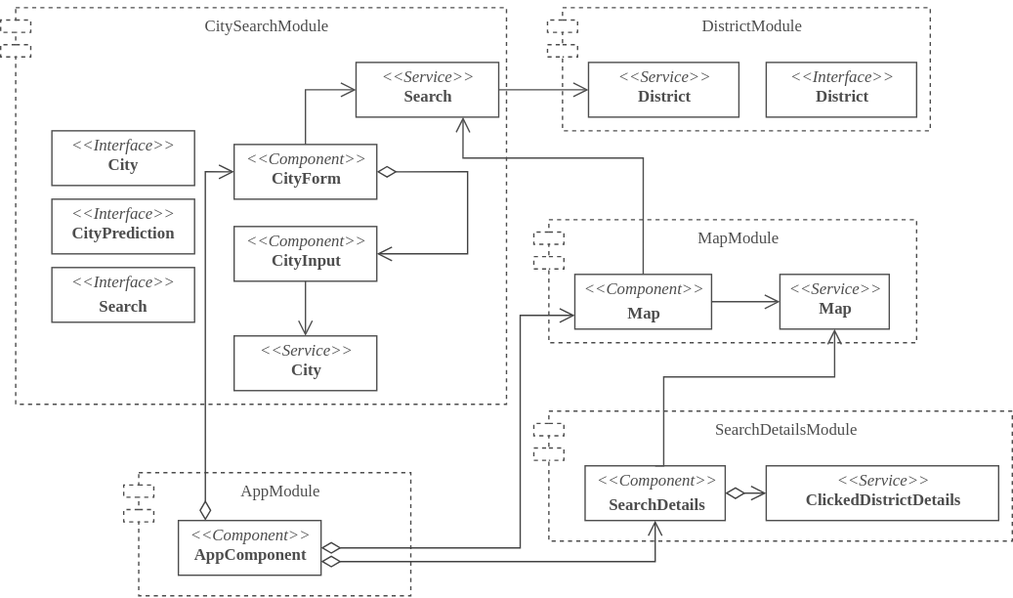
This is docs/building-block-view.svg from Kexplx/crimeview, a draw.io export, as it was before one commit. Source tidied: cells renumbered, new cells last; positions are measured from the earlier drawing's top-left corner, leaving out a move shared by most shapes. Its diagram source:
```xml
<mxGraphModel>
  <root>
    <mxCell id="0" />
    <mxCell id="1" parent="0" />
    <mxCell id="2" value="AppModule" style="shape=module;align=left;spacingLeft=20;align=center;verticalAlign=top;strokeColor=#4D4D4D;fontFamily=Fira Code;fontColor=#4D4D4D;jettyWidth=22;jettyHeight=9;dashed=1;" parent="1" vertex="1">
      <mxGeometry x="90" y="345" width="210" height="90" as="geometry" />
    </mxCell>
    <mxCell id="3" style="group;dashed=1;" parent="1" vertex="1">
      <mxGeometry x="400" width="280" height="95" as="geometry" />
    </mxCell>
    <mxCell id="4" value="DistrictModule" style="shape=module;align=left;spacingLeft=20;align=center;verticalAlign=top;strokeColor=#4D4D4D;fontFamily=Fira Code;fontColor=#4D4D4D;jettyWidth=22;jettyHeight=9;dashed=1;" parent="3" vertex="1">
      <mxGeometry y="5" width="280" height="90" as="geometry" />
    </mxCell>
    <mxCell id="5" value="&lt;p style=&quot;margin: 0px ; margin-top: 4px ; text-align: center&quot;&gt;&lt;i&gt;&amp;lt;&amp;lt;Interface&amp;gt;&amp;gt;&lt;/i&gt;&lt;br&gt;&lt;b&gt;District&lt;/b&gt;&lt;/p&gt;&lt;p style=&quot;margin: 0px ; margin-left: 4px&quot;&gt;&lt;br&gt;&lt;/p&gt;" style="verticalAlign=top;align=left;overflow=fill;fontSize=12;fontFamily=Fira Code;html=1;fontSource=https%3A%2F%2Ffonts.googleapis.com%2Fcss%3Ffamily%3DFira%2BCode;fontColor=#4D4D4D;strokeColor=#4D4D4D;" parent="3" vertex="1">
      <mxGeometry x="160" y="45" width="110" height="40" as="geometry" />
    </mxCell>
    <mxCell id="6" value="&lt;p style=&quot;margin: 0px ; margin-top: 4px ; text-align: center&quot;&gt;&lt;i&gt;&amp;lt;&amp;lt;Service&amp;gt;&amp;gt;&lt;/i&gt;&lt;br&gt;&lt;b&gt;District&lt;/b&gt;&lt;/p&gt;&lt;p style=&quot;margin: 0px ; margin-left: 4px&quot;&gt;&lt;br&gt;&lt;/p&gt;" style="verticalAlign=top;align=left;overflow=fill;fontSize=12;fontFamily=Fira Code;html=1;fontSource=https%3A%2F%2Ffonts.googleapis.com%2Fcss%3Ffamily%3DFira%2BCode;fontColor=#4D4D4D;strokeColor=#4D4D4D;" parent="3" vertex="1">
      <mxGeometry x="30" y="45" width="110" height="40" as="geometry" />
    </mxCell>
    <mxCell id="7" style="group;dashed=1;dashPattern=1 1;" parent="1" vertex="1">
      <mxGeometry width="370" height="295" as="geometry" />
    </mxCell>
    <mxCell id="8" value="CitySearchModule" style="shape=module;align=left;spacingLeft=20;align=center;verticalAlign=top;strokeColor=#4D4D4D;fontFamily=Fira Code;fontColor=#4D4D4D;jettyWidth=22;jettyHeight=9;dashed=1;" parent="7" vertex="1">
      <mxGeometry y="5" width="370" height="290" as="geometry" />
    </mxCell>
    <mxCell id="9" value="&lt;p style=&quot;margin: 0px ; margin-top: 4px ; text-align: center&quot;&gt;&lt;i&gt;&amp;lt;&amp;lt;Interface&amp;gt;&amp;gt;&lt;/i&gt;&lt;br&gt;&lt;b&gt;City&lt;/b&gt;&lt;/p&gt;&lt;p style=&quot;margin: 0px ; margin-left: 4px&quot;&gt;&lt;br&gt;&lt;/p&gt;" style="verticalAlign=top;align=left;overflow=fill;fontSize=12;fontFamily=Fira Code;html=1;fontSource=https%3A%2F%2Ffonts.googleapis.com%2Fcss%3Ffamily%3DFira%2BCode;fontColor=#4D4D4D;strokeColor=#4D4D4D;" parent="7" vertex="1">
      <mxGeometry x="37.5" y="95" width="104.4" height="40" as="geometry" />
    </mxCell>
    <mxCell id="10" value="&lt;p style=&quot;margin: 0px ; margin-top: 4px ; text-align: center&quot;&gt;&lt;i&gt;&amp;lt;&amp;lt;Interface&amp;gt;&amp;gt;&lt;/i&gt;&lt;br&gt;&lt;b&gt;CityPrediction&lt;/b&gt;&lt;/p&gt;&lt;p style=&quot;margin: 0px ; margin-left: 4px&quot;&gt;&lt;br&gt;&lt;/p&gt;" style="verticalAlign=top;align=left;overflow=fill;fontSize=12;fontFamily=Fira Code;html=1;fontSource=https%3A%2F%2Ffonts.googleapis.com%2Fcss%3Ffamily%3DFira%2BCode;fontColor=#4D4D4D;strokeColor=#4D4D4D;" parent="7" vertex="1">
      <mxGeometry x="37.5" y="145" width="104.4" height="40" as="geometry" />
    </mxCell>
    <mxCell id="11" value="&lt;p style=&quot;margin: 0px ; margin-top: 4px ; text-align: center&quot;&gt;&lt;i&gt;&amp;lt;&amp;lt;Interface&amp;gt;&amp;gt;&lt;/i&gt;&lt;/p&gt;&lt;p style=&quot;margin: 0px ; margin-top: 4px ; text-align: center&quot;&gt;&lt;b&gt;Search&lt;/b&gt;&lt;br&gt;&lt;/p&gt;" style="verticalAlign=top;align=left;overflow=fill;fontSize=12;fontFamily=Fira Code;html=1;fontSource=https%3A%2F%2Ffonts.googleapis.com%2Fcss%3Ffamily%3DFira%2BCode;fontColor=#4D4D4D;strokeColor=#4D4D4D;" parent="7" vertex="1">
      <mxGeometry x="37.5" y="195" width="104.4" height="40" as="geometry" />
    </mxCell>
    <mxCell id="12" value="&lt;p style=&quot;margin: 0px ; margin-top: 4px ; text-align: center&quot;&gt;&lt;i&gt;&amp;lt;&amp;lt;Component&amp;gt;&amp;gt;&lt;/i&gt;&lt;br&gt;&lt;b&gt;CityForm&lt;/b&gt;&lt;/p&gt;&lt;p style=&quot;margin: 0px ; margin-left: 4px&quot;&gt;&lt;br&gt;&lt;/p&gt;" style="verticalAlign=top;align=left;overflow=fill;fontSize=12;fontFamily=Fira Code;html=1;fontSource=https%3A%2F%2Ffonts.googleapis.com%2Fcss%3Ffamily%3DFira%2BCode;fontColor=#4D4D4D;strokeColor=#4D4D4D;" parent="7" vertex="1">
      <mxGeometry x="170.8" y="105" width="104.4" height="40" as="geometry" />
    </mxCell>
    <mxCell id="13" value="&lt;p style=&quot;margin: 0px ; margin-top: 4px ; text-align: center&quot;&gt;&lt;i&gt;&amp;lt;&amp;lt;Component&amp;gt;&amp;gt;&lt;/i&gt;&lt;br&gt;&lt;b&gt;CityInput&lt;/b&gt;&lt;/p&gt;&lt;p style=&quot;margin: 0px ; margin-left: 4px&quot;&gt;&lt;br&gt;&lt;/p&gt;" style="verticalAlign=top;align=left;overflow=fill;fontSize=12;fontFamily=Fira Code;html=1;fontSource=https%3A%2F%2Ffonts.googleapis.com%2Fcss%3Ffamily%3DFira%2BCode;fontColor=#4D4D4D;strokeColor=#4D4D4D;" parent="7" vertex="1">
      <mxGeometry x="170.8" y="165" width="104.4" height="40" as="geometry" />
    </mxCell>
    <mxCell id="14" value="&lt;p style=&quot;margin: 0px ; margin-top: 4px ; text-align: center&quot;&gt;&lt;i&gt;&amp;lt;&amp;lt;Service&amp;gt;&amp;gt;&lt;/i&gt;&lt;br&gt;&lt;b&gt;City&lt;/b&gt;&lt;/p&gt;&lt;p style=&quot;margin: 0px ; margin-left: 4px&quot;&gt;&lt;br&gt;&lt;/p&gt;" style="verticalAlign=top;align=left;overflow=fill;fontSize=12;fontFamily=Fira Code;html=1;fontSource=https%3A%2F%2Ffonts.googleapis.com%2Fcss%3Ffamily%3DFira%2BCode;fontColor=#4D4D4D;strokeColor=#4D4D4D;" parent="7" vertex="1">
      <mxGeometry x="170.8" y="245" width="104.4" height="40" as="geometry" />
    </mxCell>
    <mxCell id="15" value="&lt;p style=&quot;margin: 0px ; margin-top: 4px ; text-align: center&quot;&gt;&lt;i&gt;&amp;lt;&amp;lt;Service&amp;gt;&amp;gt;&lt;/i&gt;&lt;br&gt;&lt;b&gt;Search&lt;/b&gt;&lt;/p&gt;&lt;p style=&quot;margin: 0px ; margin-left: 4px&quot;&gt;&lt;br&gt;&lt;/p&gt;" style="verticalAlign=top;align=left;overflow=fill;fontSize=12;fontFamily=Fira Code;html=1;fontSource=https%3A%2F%2Ffonts.googleapis.com%2Fcss%3Ffamily%3DFira%2BCode;fontColor=#4D4D4D;strokeColor=#4D4D4D;" parent="7" vertex="1">
      <mxGeometry x="259.9" y="45" width="104.4" height="40" as="geometry" />
    </mxCell>
    <mxCell id="16" style="endArrow=open;endFill=1;endSize=9;html=1;fontFamily=Roboto;fontColor=#434343;strokeColor=#4D4D4D;entryX=0.5;entryY=0;entryDx=0;entryDy=0;exitX=0.5;exitY=1;exitDx=0;exitDy=0;" parent="7" edge="1" source="13" target="14">
      <mxGeometry relative="1" as="geometry" />
    </mxCell>
    <mxCell id="17" style="endArrow=diamondThin;endFill=0;endSize=12;html=1;fontFamily=Roboto;fontColor=#434343;strokeColor=#434343;startArrow=open;startFill=0;startSize=9;entryX=1;entryY=0.5;entryDx=0;entryDy=0;edgeStyle=orthogonalEdgeStyle;exitX=1;exitY=0.5;exitDx=0;exitDy=0;rounded=0;" parent="7" edge="1" source="13" target="12">
      <mxGeometry relative="1" as="geometry">
        <Array as="points">
          <mxPoint x="341.5" y="185" />
          <mxPoint x="341.5" y="125" />
        </Array>
      </mxGeometry>
    </mxCell>
    <mxCell id="18" style="endArrow=open;endFill=1;endSize=9;html=1;fontFamily=Roboto;fontColor=#434343;strokeColor=#4D4D4D;entryX=0;entryY=0.5;entryDx=0;entryDy=0;exitX=0.5;exitY=0;exitDx=0;exitDy=0;edgeStyle=orthogonalEdgeStyle;rounded=0;" parent="7" edge="1" source="12" target="15">
      <mxGeometry relative="1" as="geometry" />
    </mxCell>
    <mxCell id="19" style="group;dashed=1;" parent="1" vertex="1">
      <mxGeometry x="390" y="155" width="280" height="95" as="geometry" />
    </mxCell>
    <mxCell id="20" value="MapModule" style="shape=module;align=left;spacingLeft=20;align=center;verticalAlign=top;strokeColor=#4D4D4D;fontFamily=Fira Code;fontColor=#4D4D4D;jettyWidth=22;jettyHeight=9;dashed=1;" parent="19" vertex="1">
      <mxGeometry y="5" width="280" height="90" as="geometry" />
    </mxCell>
    <mxCell id="21" value="&lt;p style=&quot;margin: 0px ; margin-top: 4px ; text-align: center&quot;&gt;&lt;i&gt;&amp;lt;&amp;lt;Component&amp;gt;&amp;gt;&lt;/i&gt;&lt;/p&gt;&lt;p style=&quot;margin: 0px ; margin-top: 4px ; text-align: center&quot;&gt;&lt;b&gt;Map&lt;/b&gt;&lt;br&gt;&lt;/p&gt;" style="verticalAlign=top;align=left;overflow=fill;fontSize=12;fontFamily=Fira Code;html=1;fontSource=https%3A%2F%2Ffonts.googleapis.com%2Fcss%3Ffamily%3DFira%2BCode;fontColor=#4D4D4D;strokeColor=#4D4D4D;" parent="19" vertex="1">
      <mxGeometry x="30" y="45" width="100" height="40" as="geometry" />
    </mxCell>
    <mxCell id="22" value="&lt;p style=&quot;margin: 0px ; margin-top: 4px ; text-align: center&quot;&gt;&lt;i&gt;&amp;lt;&amp;lt;Service&amp;gt;&amp;gt;&lt;/i&gt;&lt;br&gt;&lt;b&gt;Map&lt;/b&gt;&lt;/p&gt;&lt;p style=&quot;margin: 0px ; margin-left: 4px&quot;&gt;&lt;br&gt;&lt;/p&gt;" style="verticalAlign=top;align=left;overflow=fill;fontSize=12;fontFamily=Fira Code;html=1;fontSource=https%3A%2F%2Ffonts.googleapis.com%2Fcss%3Ffamily%3DFira%2BCode;fontColor=#4D4D4D;strokeColor=#4D4D4D;" parent="19" vertex="1">
      <mxGeometry x="180" y="45" width="80" height="40" as="geometry" />
    </mxCell>
    <mxCell id="23" style="endArrow=open;endFill=1;endSize=9;html=1;fontFamily=Roboto;fontColor=#434343;strokeColor=#4D4D4D;rounded=0;" parent="19" edge="1">
      <mxGeometry relative="1" as="geometry">
        <mxPoint x="130" y="65" as="sourcePoint" />
        <mxPoint x="180" y="65" as="targetPoint" />
      </mxGeometry>
    </mxCell>
    <mxCell id="24" style="endArrow=open;endFill=1;endSize=9;html=1;fontFamily=Roboto;fontColor=#434343;strokeColor=#4D4D4D;entryX=0;entryY=0.5;entryDx=0;entryDy=0;rounded=0;exitX=1;exitY=0.5;exitDx=0;exitDy=0;" parent="1" edge="1" source="15" target="6">
      <mxGeometry relative="1" as="geometry" />
    </mxCell>
    <mxCell id="25" style="endArrow=open;endFill=1;endSize=9;html=1;fontFamily=Roboto;fontColor=#434343;strokeColor=#4D4D4D;entryX=0.75;entryY=1;entryDx=0;entryDy=0;rounded=0;exitX=0.5;exitY=0;exitDx=0;exitDy=0;edgeStyle=orthogonalEdgeStyle;" parent="1" edge="1" source="21" target="15">
      <mxGeometry relative="1" as="geometry">
        <Array as="points">
          <mxPoint x="470" y="115" />
          <mxPoint x="338" y="115" />
        </Array>
      </mxGeometry>
    </mxCell>
    <mxCell id="26" style="group;dashed=1;" parent="1" vertex="1">
      <mxGeometry x="390" y="295" width="350" height="100" as="geometry" />
    </mxCell>
    <mxCell id="27" value="SearchDetailsModule" style="shape=module;align=left;spacingLeft=20;align=center;verticalAlign=top;strokeColor=#4D4D4D;fontFamily=Fira Code;fontColor=#4D4D4D;jettyWidth=22;jettyHeight=9;dashed=1;" parent="26" vertex="1">
      <mxGeometry y="5" width="350" height="95" as="geometry" />
    </mxCell>
    <mxCell id="28" value="&lt;p style=&quot;margin: 0px ; margin-top: 4px ; text-align: center&quot;&gt;&lt;i&gt;&amp;lt;&amp;lt;Component&amp;gt;&amp;gt;&lt;/i&gt;&lt;/p&gt;&lt;p style=&quot;margin: 0px ; margin-top: 4px ; text-align: center&quot;&gt;&lt;b&gt;SearchDetails&lt;/b&gt;&lt;br&gt;&lt;/p&gt;" style="verticalAlign=top;align=left;overflow=fill;fontSize=12;fontFamily=Fira Code;html=1;fontSource=https%3A%2F%2Ffonts.googleapis.com%2Fcss%3Ffamily%3DFira%2BCode;fontColor=#4D4D4D;strokeColor=#4D4D4D;" parent="26" vertex="1">
      <mxGeometry x="37.5" y="45" width="102.5" height="40" as="geometry" />
    </mxCell>
    <mxCell id="29" value="&lt;p style=&quot;margin: 0px ; margin-top: 4px ; text-align: center&quot;&gt;&lt;i&gt;&amp;lt;&amp;lt;Service&amp;gt;&amp;gt;&lt;/i&gt;&lt;br&gt;&lt;b&gt;ClickedDistrictDetails&lt;/b&gt;&lt;/p&gt;&lt;p style=&quot;margin: 0px ; margin-left: 4px&quot;&gt;&lt;br&gt;&lt;/p&gt;" style="verticalAlign=top;align=left;overflow=fill;fontSize=12;fontFamily=Fira Code;html=1;fontSource=https%3A%2F%2Ffonts.googleapis.com%2Fcss%3Ffamily%3DFira%2BCode;fontColor=#4D4D4D;strokeColor=#4D4D4D;" parent="26" vertex="1">
      <mxGeometry x="170" y="45" width="170" height="40" as="geometry" />
    </mxCell>
    <mxCell id="30" style="endArrow=diamondThin;endFill=0;endSize=12;html=1;fontFamily=Roboto;fontColor=#434343;strokeColor=#434343;startArrow=open;startFill=0;startSize=9;entryX=1;entryY=0.5;entryDx=0;entryDy=0;exitX=0;exitY=0.5;exitDx=0;exitDy=0;rounded=0;" parent="26" edge="1" source="29" target="28">
      <mxGeometry relative="1" as="geometry" />
    </mxCell>
    <mxCell id="31" style="endArrow=open;endFill=1;endSize=9;html=1;fontFamily=Roboto;fontColor=#434343;strokeColor=#4D4D4D;entryX=0.5;entryY=1;entryDx=0;entryDy=0;rounded=0;exitX=0.5;exitY=0;exitDx=0;exitDy=0;edgeStyle=orthogonalEdgeStyle;" parent="1" edge="1" source="28" target="22">
      <mxGeometry relative="1" as="geometry">
        <Array as="points">
          <mxPoint x="485" y="340" />
          <mxPoint x="485" y="275" />
          <mxPoint x="610" y="275" />
        </Array>
      </mxGeometry>
    </mxCell>
    <mxCell id="32" value="&lt;p style=&quot;margin: 0px ; margin-top: 4px ; text-align: center&quot;&gt;&lt;i&gt;&amp;lt;&amp;lt;Component&amp;gt;&amp;gt;&lt;/i&gt;&lt;br&gt;&lt;b&gt;AppComponent&lt;/b&gt;&lt;/p&gt;&lt;p style=&quot;margin: 0px ; margin-left: 4px&quot;&gt;&lt;br&gt;&lt;/p&gt;" style="verticalAlign=top;align=left;overflow=fill;fontSize=12;fontFamily=Fira Code;html=1;fontSource=https%3A%2F%2Ffonts.googleapis.com%2Fcss%3Ffamily%3DFira%2BCode;fontColor=#4D4D4D;strokeColor=#4D4D4D;" parent="1" vertex="1">
      <mxGeometry x="130" y="380" width="104.4" height="40" as="geometry" />
    </mxCell>
    <mxCell id="33" style="endArrow=diamondThin;endFill=0;endSize=12;html=1;fontFamily=Roboto;fontColor=#434343;strokeColor=#434343;startArrow=open;startFill=0;startSize=9;edgeStyle=orthogonalEdgeStyle;exitX=0;exitY=0.5;exitDx=0;exitDy=0;rounded=0;entryX=0.189;entryY=0.001;entryDx=0;entryDy=0;entryPerimeter=0;" parent="1" edge="1" source="12" target="32">
      <mxGeometry relative="1" as="geometry">
        <Array as="points">
          <mxPoint x="150" y="125" />
        </Array>
      </mxGeometry>
    </mxCell>
    <mxCell id="34" style="endArrow=diamondThin;endFill=0;endSize=12;html=1;fontFamily=Roboto;fontColor=#434343;strokeColor=#434343;startArrow=open;startFill=0;startSize=9;edgeStyle=orthogonalEdgeStyle;exitX=0;exitY=0.75;exitDx=0;exitDy=0;rounded=0;" parent="1" edge="1" source="21" target="32">
      <mxGeometry relative="1" as="geometry">
        <Array as="points">
          <mxPoint x="380" y="230" />
          <mxPoint x="380" y="400" />
        </Array>
      </mxGeometry>
    </mxCell>
    <mxCell id="35" style="endArrow=diamondThin;endFill=0;endSize=12;html=1;fontFamily=Roboto;fontColor=#434343;strokeColor=#434343;startArrow=open;startFill=0;startSize=9;edgeStyle=orthogonalEdgeStyle;exitX=0.5;exitY=1;exitDx=0;exitDy=0;rounded=0;entryX=1;entryY=0.75;entryDx=0;entryDy=0;" parent="1" edge="1" source="28" target="32">
      <mxGeometry relative="1" as="geometry">
        <Array as="points">
          <mxPoint x="479" y="410" />
        </Array>
      </mxGeometry>
    </mxCell>
  </root>
</mxGraphModel>
```
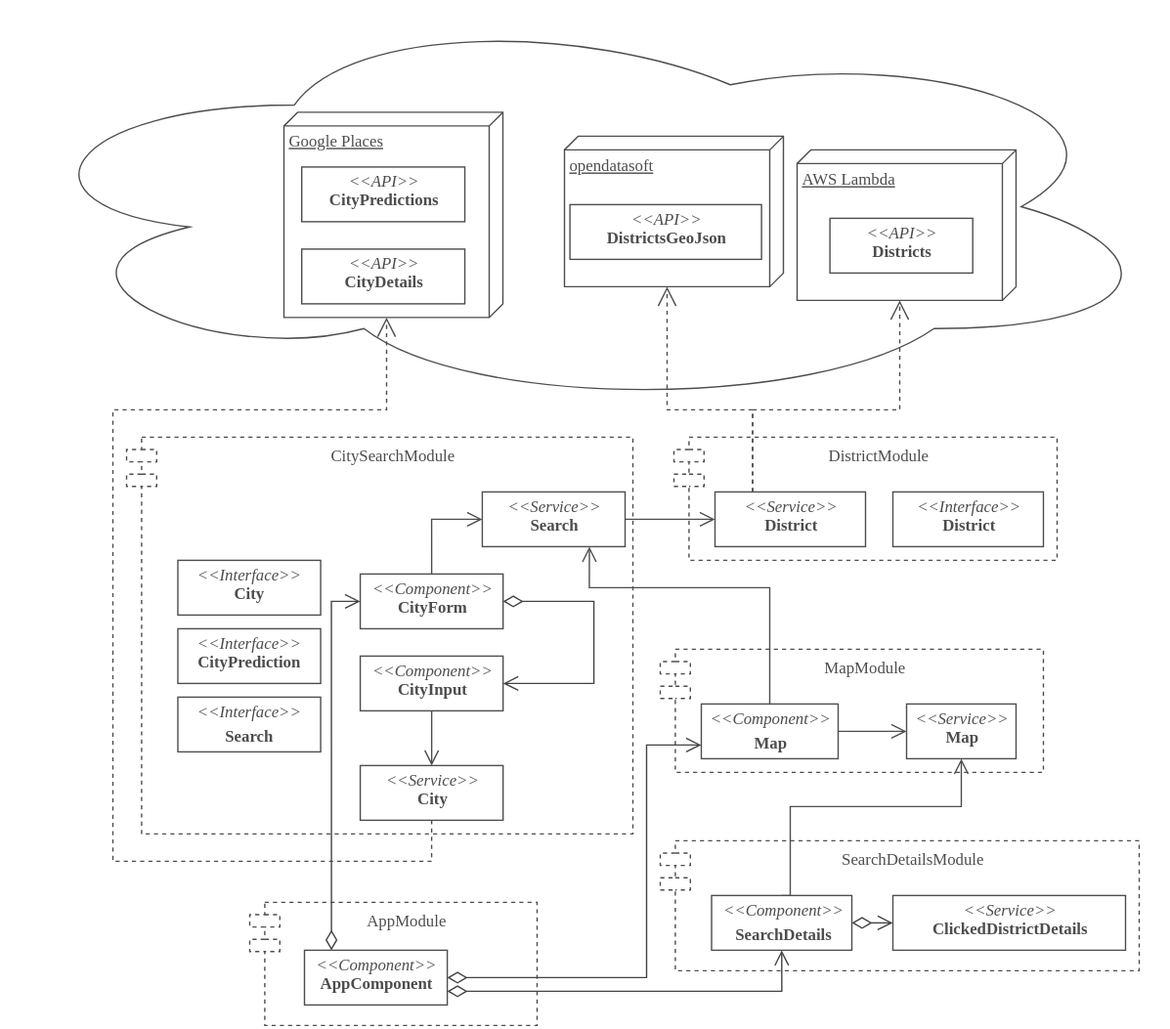
After the commit.

Commit message:
doc: update building block view

The edit, as a diff of the source:
```diff
@@ -2,6 +2,9 @@
   <root>
     <mxCell id="0" />
     <mxCell id="1" parent="0" />
+    <mxCell id="36" style="ellipse;shape=cloud;whiteSpace=wrap;html=1;strokeColor=#4D4D4D;fontFamily=Fira Code;fontColor=#4D4D4D;" parent="1" vertex="1">
+      <mxGeometry x="-90" y="-312" width="850" height="297" as="geometry" />
+    </mxCell>
     <mxCell id="2" value="AppModule" style="shape=module;align=left;spacingLeft=20;align=center;verticalAlign=top;strokeColor=#4D4D4D;fontFamily=Fira Code;fontColor=#4D4D4D;jettyWidth=22;jettyHeight=9;dashed=1;" parent="1" vertex="1">
       <mxGeometry x="90" y="345" width="210" height="90" as="geometry" />
     </mxCell>
@@ -136,5 +139,62 @@
         </Array>
       </mxGeometry>
     </mxCell>
+    <mxCell id="37" style="group;" parent="1" vertex="1">
+      <mxGeometry x="115" y="-232.5" width="160" height="150" as="geometry" />
+    </mxCell>
+    <mxCell id="38" value="Google Places" style="verticalAlign=top;align=left;spacingTop=8;spacingLeft=2;spacingRight=12;shape=cube;size=10;direction=south;fontStyle=4;html=1;strokeColor=#4D4D4D;fontFamily=Fira Code;fontColor=#4D4D4D;" parent="37" vertex="1">
+      <mxGeometry width="160" height="150" as="geometry" />
+    </mxCell>
+    <mxCell id="39" value="&lt;p style=&quot;margin: 0px ; margin-top: 4px ; text-align: center&quot;&gt;&lt;i&gt;&amp;lt;&amp;lt;API&amp;gt;&amp;gt;&lt;/i&gt;&lt;br&gt;&lt;b&gt;CityPredictions&lt;/b&gt;&lt;/p&gt;&lt;p style=&quot;margin: 0px ; margin-left: 4px&quot;&gt;&lt;br&gt;&lt;/p&gt;" style="verticalAlign=top;align=left;overflow=fill;fontSize=12;fontFamily=Fira Code;html=1;fontSource=https%3A%2F%2Ffonts.googleapis.com%2Fcss%3Ffamily%3DFira%2BCode;fontColor=#4D4D4D;strokeColor=#4D4D4D;" parent="37" vertex="1">
+      <mxGeometry x="13" y="40" width="119.2" height="40" as="geometry" />
+    </mxCell>
+    <mxCell id="40" value="&lt;p style=&quot;margin: 0px ; margin-top: 4px ; text-align: center&quot;&gt;&lt;i&gt;&amp;lt;&amp;lt;API&amp;gt;&amp;gt;&lt;/i&gt;&lt;br&gt;&lt;b&gt;CityDetails&lt;/b&gt;&lt;/p&gt;&lt;p style=&quot;margin: 0px ; margin-left: 4px&quot;&gt;&lt;br&gt;&lt;/p&gt;" style="verticalAlign=top;align=left;overflow=fill;fontSize=12;fontFamily=Fira Code;html=1;fontSource=https%3A%2F%2Ffonts.googleapis.com%2Fcss%3Ffamily%3DFira%2BCode;fontColor=#4D4D4D;strokeColor=#4D4D4D;" parent="37" vertex="1">
+      <mxGeometry x="13" y="100" width="119.2" height="40" as="geometry" />
+    </mxCell>
+    <mxCell id="41" style="group;" parent="1" vertex="1">
+      <mxGeometry x="320" y="-215" width="301" height="215" as="geometry" />
+    </mxCell>
+    <mxCell id="42" value="opendatasoft" style="verticalAlign=top;align=left;spacingTop=8;spacingLeft=2;spacingRight=12;shape=cube;size=10;direction=south;fontStyle=4;html=1;strokeColor=#4D4D4D;fontFamily=Fira Code;fontColor=#4D4D4D;" parent="41" vertex="1">
+      <mxGeometry width="160" height="110" as="geometry" />
+    </mxCell>
+    <mxCell id="43" value="&lt;p style=&quot;margin: 0px ; margin-top: 4px ; text-align: center&quot;&gt;&lt;i&gt;&amp;lt;&amp;lt;API&amp;gt;&amp;gt;&lt;/i&gt;&lt;br&gt;&lt;b&gt;DistrictsGeoJson&lt;/b&gt;&lt;/p&gt;&lt;p style=&quot;margin: 0px ; margin-left: 4px&quot;&gt;&lt;br&gt;&lt;/p&gt;" style="verticalAlign=top;align=left;overflow=fill;fontSize=12;fontFamily=Fira Code;html=1;fontSource=https%3A%2F%2Ffonts.googleapis.com%2Fcss%3Ffamily%3DFira%2BCode;fontColor=#4D4D4D;strokeColor=#4D4D4D;" parent="41" vertex="1">
+      <mxGeometry x="4" y="50" width="140" height="40" as="geometry" />
+    </mxCell>
+    <mxCell id="44" style="group;" parent="1" vertex="1">
+      <mxGeometry x="490" y="-205" width="160" height="110" as="geometry" />
+    </mxCell>
+    <mxCell id="45" value="AWS Lambda" style="verticalAlign=top;align=left;spacingTop=8;spacingLeft=2;spacingRight=12;shape=cube;size=10;direction=south;fontStyle=4;html=1;strokeColor=#4D4D4D;fontFamily=Fira Code;fontColor=#4D4D4D;" parent="44" vertex="1">
+      <mxGeometry width="160" height="110" as="geometry" />
+    </mxCell>
+    <mxCell id="46" value="&lt;p style=&quot;margin: 0px ; margin-top: 4px ; text-align: center&quot;&gt;&lt;i&gt;&amp;lt;&amp;lt;API&amp;gt;&amp;gt;&lt;/i&gt;&lt;br&gt;&lt;b&gt;Districts&lt;/b&gt;&lt;/p&gt;&lt;p style=&quot;margin: 0px ; margin-left: 4px&quot;&gt;&lt;br&gt;&lt;/p&gt;" style="verticalAlign=top;align=left;overflow=fill;fontSize=12;fontFamily=Fira Code;html=1;fontSource=https%3A%2F%2Ffonts.googleapis.com%2Fcss%3Ffamily%3DFira%2BCode;fontColor=#4D4D4D;strokeColor=#4D4D4D;" parent="44" vertex="1">
+      <mxGeometry x="24" y="50" width="104.4" height="40" as="geometry" />
+    </mxCell>
+    <mxCell id="47" style="endArrow=open;endSize=12;dashed=1;html=1;strokeColor=#4D4D4D;fontFamily=Fira Code;fontColor=#4D4D4D;exitX=0.25;exitY=0;exitDx=0;exitDy=0;edgeStyle=orthogonalEdgeStyle;rounded=0;entryX=0;entryY=0;entryDx=110;entryDy=85;entryPerimeter=0;" parent="1" edge="1" source="6" target="42">
+      <mxGeometry relative="1" as="geometry">
+        <Array as="points">
+          <mxPoint x="458" y="-15" />
+          <mxPoint x="395" y="-15" />
+        </Array>
+      </mxGeometry>
+    </mxCell>
+    <mxCell id="48" style="endArrow=open;endSize=12;dashed=1;html=1;strokeColor=#4D4D4D;fontFamily=Fira Code;fontColor=#4D4D4D;exitX=0.25;exitY=0;exitDx=0;exitDy=0;edgeStyle=orthogonalEdgeStyle;rounded=0;entryX=0;entryY=0;entryDx=110;entryDy=85;entryPerimeter=0;" parent="1" edge="1" target="45">
+      <mxGeometry relative="1" as="geometry">
+        <mxPoint x="457.5" y="45" as="sourcePoint" />
+        <Array as="points">
+          <mxPoint x="458" y="-15" />
+          <mxPoint x="565" y="-15" />
+        </Array>
+      </mxGeometry>
+    </mxCell>
+    <mxCell id="49" style="endArrow=open;endSize=12;dashed=1;html=1;strokeColor=#4D4D4D;fontFamily=Fira Code;fontColor=#4D4D4D;exitX=0.5;exitY=1;exitDx=0;exitDy=0;entryX=0;entryY=0;entryDx=150;entryDy=85;entryPerimeter=0;edgeStyle=orthogonalEdgeStyle;rounded=0;" parent="1" edge="1" source="14" target="38">
+      <mxGeometry relative="1" as="geometry">
+        <Array as="points">
+          <mxPoint x="223" y="315" />
+          <mxPoint x="-10" y="315" />
+          <mxPoint x="-10" y="-15" />
+          <mxPoint x="190" y="-15" />
+        </Array>
+      </mxGeometry>
+    </mxCell>
   </root>
 </mxGraphModel>
```
